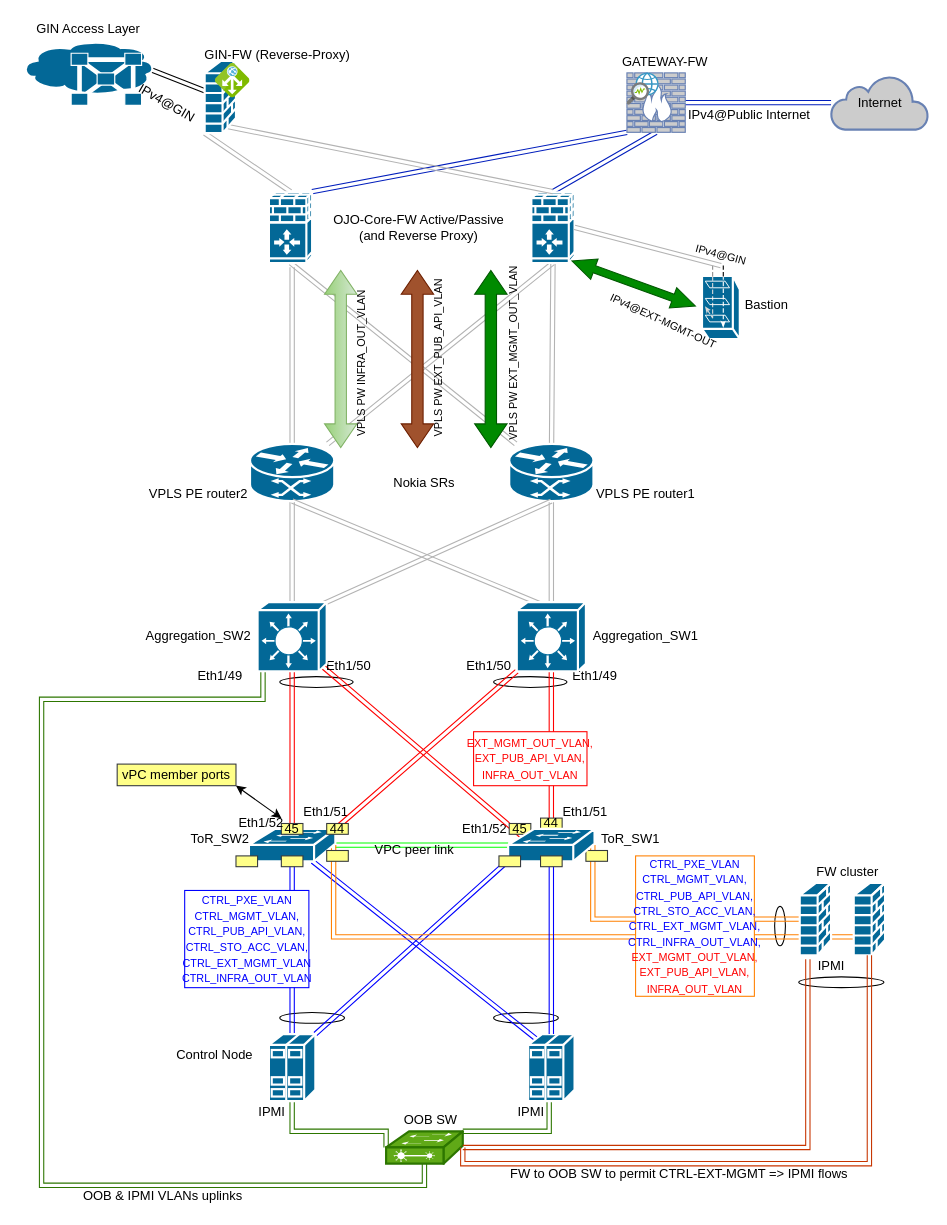
Before: LLD_OPC_OJO_PE_upstream_Proxies.drawio in bogdanadrian-burciu/diagrams-net, a draw.io diagram. Source tidied: cells renumbered, new cells numbered last; positions are measured from the earlier drawing's top-left corner, leaving out a move shared by most shapes. Both pictures are drawn from the tidied source at 108%, with x=0, y=0 at pixel (19, 18).
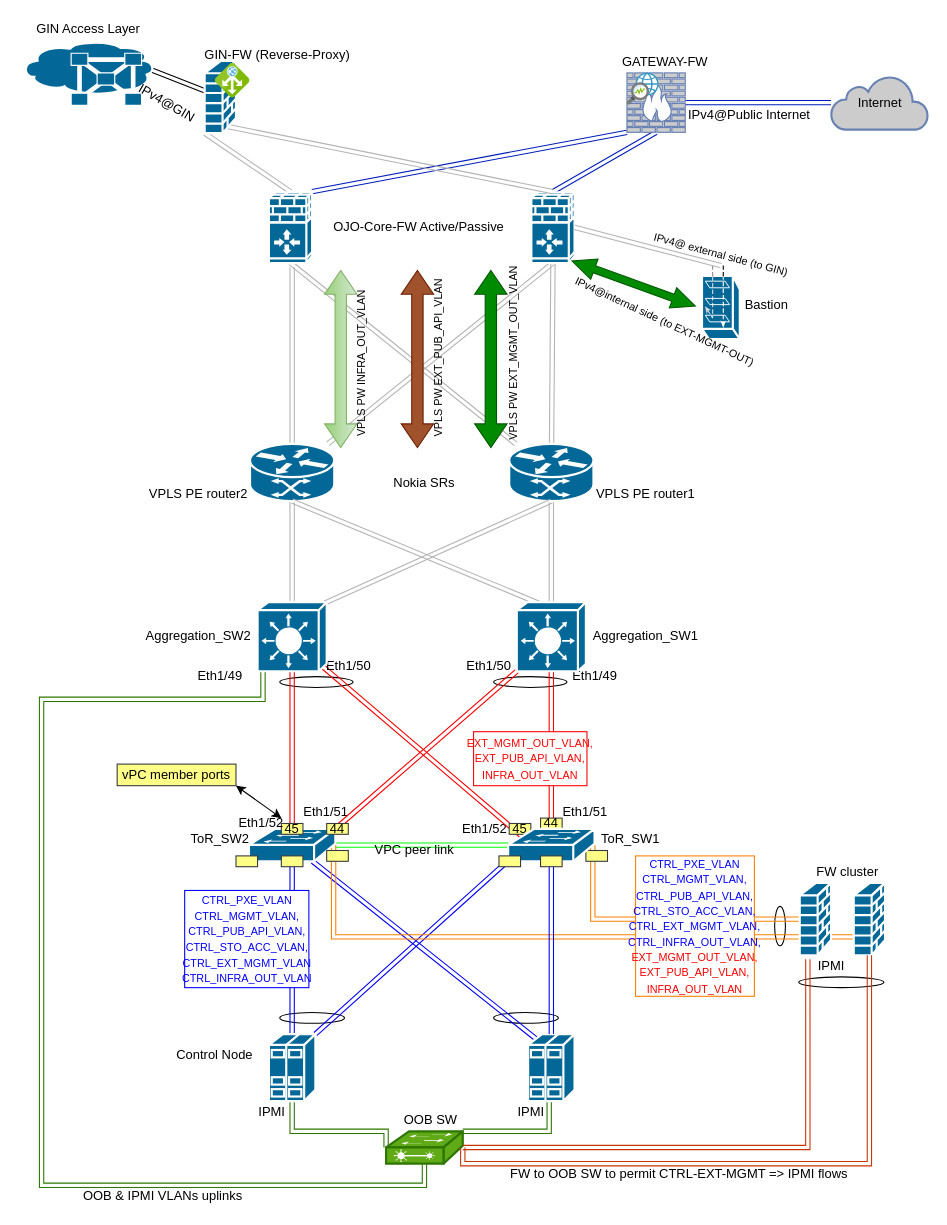
Above is the later version.

Diff of the diagram source:
```diff
@@
-    <mxCell id="90" value="OJO-Core-FW Active/Passive &lt;br&gt;(and Reverse Proxy)" style="text;html=1;align=center;verticalAlign=middle;" parent="1" vertex="1">
-      <mxGeometry x="283.5" y="178" width="170" height="30" as="geometry" />
+    <mxCell id="90" value="OJO-Core-FW Active/Passive &lt;br&gt;" style="text;html=1;align=center;verticalAlign=middle;" parent="1" vertex="1">
+      <mxGeometry x="283.5" y="183" width="170" height="20" as="geometry" />
     </mxCell>
@@
-    <mxCell id="108" value="&lt;font color=&quot;#000000&quot;&gt;IPv4@&lt;/font&gt;&lt;span style=&quot;color: rgb(0 , 0 , 0)&quot;&gt;EXT-MGMT-OUT&amp;nbsp;&lt;/span&gt;" style="text;html=1;align=center;verticalAlign=middle;fontSize=10;fontColor=#E6E6E6;rotation=25;" parent="1" vertex="1">
-      <mxGeometry x="532" y="270" width="130" height="20" as="geometry" />
+    <mxCell id="108" value="&lt;font color=&quot;#000000&quot;&gt;IPv4@internal side (to&amp;nbsp;&lt;/font&gt;&lt;span style=&quot;color: rgb(0 , 0 , 0)&quot;&gt;EXT-MGMT-OUT)&lt;/span&gt;" style="text;html=1;align=center;verticalAlign=middle;fontSize=10;fontColor=#E6E6E6;rotation=25;" parent="1" vertex="1">
+      <mxGeometry x="497" y="270" width="200" height="20" as="geometry" />
     </mxCell>
-    <mxCell id="109" value="&lt;font color=&quot;#000000&quot;&gt;IPv4@&lt;/font&gt;&lt;span style=&quot;color: rgb(0 , 0 , 0)&quot;&gt;GIN&lt;/span&gt;" style="text;html=1;align=center;verticalAlign=middle;fontSize=10;fontColor=#E6E6E6;rotation=15;" parent="1" vertex="1">
-      <mxGeometry x="619" y="208" width="60" height="20" as="geometry" />
+    <mxCell id="109" value="&lt;font color=&quot;#000000&quot;&gt;IPv4@ external side (to&amp;nbsp;&lt;/font&gt;&lt;span style=&quot;color: rgb(0 , 0 , 0)&quot;&gt;GIN)&lt;/span&gt;" style="text;html=1;align=center;verticalAlign=middle;fontSize=10;fontColor=#E6E6E6;rotation=15;" parent="1" vertex="1">
+      <mxGeometry x="579" y="208" width="140" height="20" as="geometry" />
     </mxCell>
```
